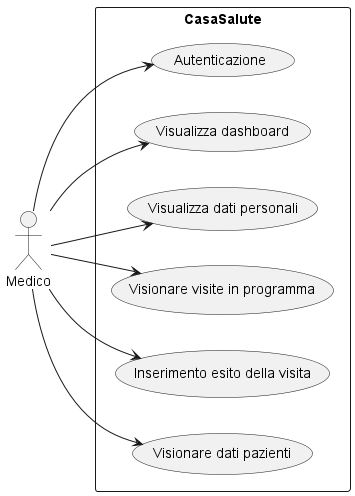
Above: Latex/diagrammi_uml/use_case_medico.png in Taniyakaur/KMBhealthcenter (PlantUML), before the change.
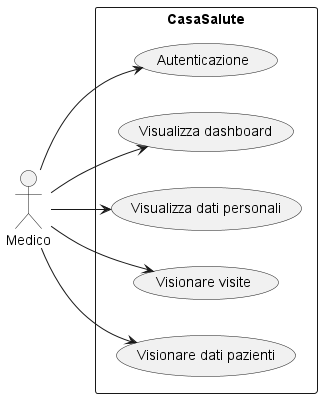
Above is the later version.

Diff of the diagram source:
```diff
@@ -6,8 +6,7 @@
    usecase "Autenticazione" as UC_Authentication
    usecase "Visualizza dashboard" as UC_ViewDashboard
    usecase "Visualizza dati personali" as UC_ViewPersonalData
-   usecase "Visionare visite in programma" as UC_ViewVisite
-   usecase "Inserimento esito della visita" as UC_InsertEsitoVisita
+   usecase "Visionare visite" as UC_ViewVisite
    usecase "Visionare dati pazienti" as UC_ViewDatiPazienti
 }
 
@@ -15,6 +14,5 @@
 Doctor --> UC_ViewDashboard
 Doctor --> UC_ViewPersonalData
 Doctor --> UC_ViewVisite
-Doctor --> UC_InsertEsitoVisita
 Doctor --> UC_ViewDatiPazienti
 @enduml
```
